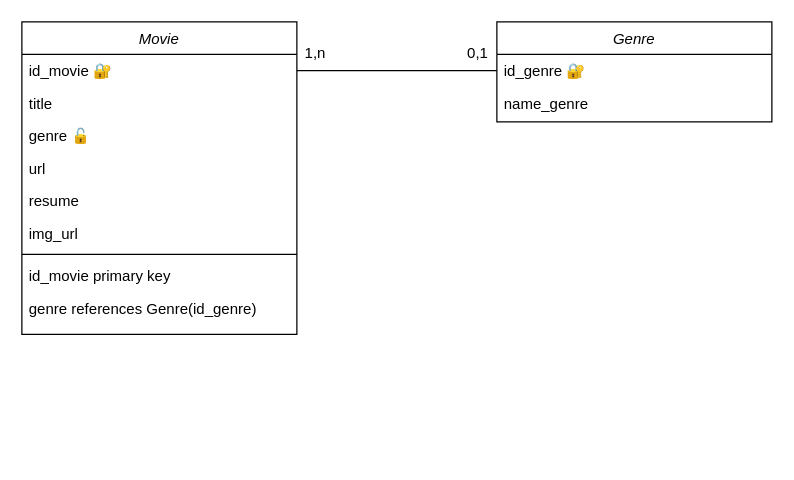
Above: uml/schemaMovie.drawio in MaryaLatif/NetChill.V1 (draw.io), before the change. Source tidied: cells renumbered, new cells numbered last; positions are measured from the earlier drawing's top-left corner, leaving out a move shared by most shapes. Both pictures are drawn from the tidied source at 125%, with x=0, y=0 at pixel (21, 21).
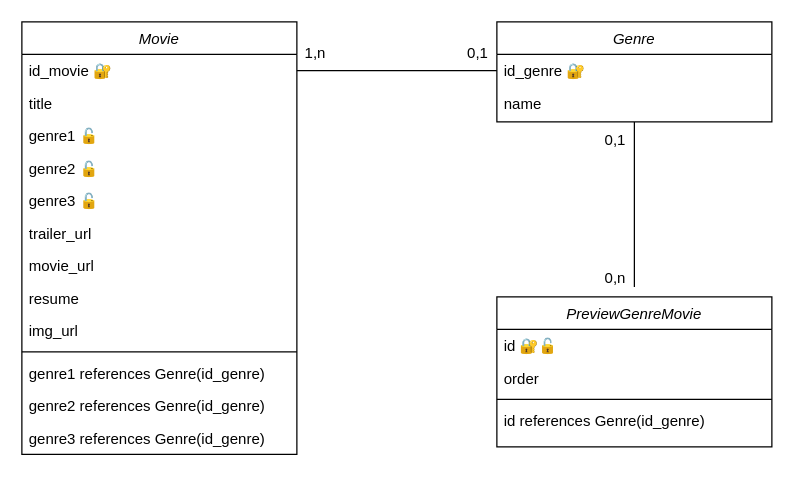
The same diagram, later.

The change refers to these unchanged cells:
```xml
<mxCell id="12" value="Genre" style="swimlane;fontStyle=2;align=center;verticalAlign=top;horizontal=1;startSize=26;rounded=0;shadow=0;strokeWidth=1;" parent="1" vertex="1">
  <mxGeometry x="380" width="220" height="80" as="geometry" />
</mxCell>
```

Diff of the diagram source:
```diff
@@
     <mxCell id="2" value="Movie" style="swimlane;fontStyle=2;align=center;verticalAlign=top;horizontal=1;startSize=26;rounded=0;shadow=0;strokeWidth=1;" parent="1" vertex="1">
-      <mxGeometry width="220" height="250" as="geometry" />
+      <mxGeometry width="220" height="346" as="geometry" />
     </mxCell>
@@
-    <mxCell id="5" value="genre 🔓" style="text;align=left;verticalAlign=top;spacingLeft=4;spacingRight=4;overflow=hidden;" parent="2" vertex="1">
+    <mxCell id="5" value="genre1 🔓" style="text;align=left;verticalAlign=top;spacingLeft=4;spacingRight=4;overflow=hidden;" parent="2" vertex="1">
       <mxGeometry y="78" width="220" height="26" as="geometry" />
     </mxCell>
+    <mxCell id="18" value="genre2 🔓" style="text;align=left;verticalAlign=top;spacingLeft=4;spacingRight=4;overflow=hidden;" parent="2" vertex="1">
+      <mxGeometry y="104" width="220" height="26" as="geometry" />
+    </mxCell>
+    <mxCell id="19" value="genre3 🔓" style="text;align=left;verticalAlign=top;spacingLeft=4;spacingRight=4;overflow=hidden;" parent="2" vertex="1">
+      <mxGeometry y="130" width="220" height="26" as="geometry" />
+    </mxCell>
-    <mxCell id="6" value="url" style="text;align=left;verticalAlign=top;spacingLeft=4;spacingRight=4;overflow=hidden;" parent="2" vertex="1">
-      <mxGeometry y="104" width="220" height="26" as="geometry" />
+    <mxCell id="6" value="trailer_url" style="text;align=left;verticalAlign=top;spacingLeft=4;spacingRight=4;overflow=hidden;" parent="2" vertex="1">
+      <mxGeometry y="156" width="220" height="26" as="geometry" />
     </mxCell>
+    <mxCell id="20" value="movie_url" style="text;align=left;verticalAlign=top;spacingLeft=4;spacingRight=4;overflow=hidden;" parent="2" vertex="1">
+      <mxGeometry y="182" width="220" height="26" as="geometry" />
+    </mxCell>
     <mxCell id="7" value="resume" style="text;align=left;verticalAlign=top;spacingLeft=4;spacingRight=4;overflow=hidden;" parent="2" vertex="1">
-      <mxGeometry y="130" width="220" height="26" as="geometry" />
+      <mxGeometry y="208" width="220" height="26" as="geometry" />
     </mxCell>
     <mxCell id="8" value="img_url" style="text;align=left;verticalAlign=top;spacingLeft=4;spacingRight=4;overflow=hidden;" parent="2" vertex="1">
-      <mxGeometry y="156" width="220" height="26" as="geometry" />
+      <mxGeometry y="234" width="220" height="26" as="geometry" />
     </mxCell>
     <mxCell id="9" style="line;html=1;strokeWidth=1;align=left;verticalAlign=middle;spacingTop=-1;spacingLeft=3;spacingRight=3;labelPosition=right;" parent="2" vertex="1">
-      <mxGeometry y="182" width="220" height="8" as="geometry" />
+      <mxGeometry y="260" width="220" height="8" as="geometry" />
     </mxCell>
-    <mxCell id="10" value="id_movie primary key " style="text;align=left;verticalAlign=top;spacingLeft=4;spacingRight=4;overflow=hidden;" parent="2" vertex="1">
-      <mxGeometry y="190" width="220" height="26" as="geometry" />
-    </mxCell>
-    <mxCell id="11" value="genre references Genre(id_genre)" style="text;align=left;verticalAlign=top;spacingLeft=4;spacingRight=4;overflow=hidden;" parent="2" vertex="1">
-      <mxGeometry y="216" width="220" height="26" as="geometry" />
+    <mxCell id="11" value="genre1 references Genre(id_genre)" style="text;align=left;verticalAlign=top;spacingLeft=4;spacingRight=4;overflow=hidden;" parent="2" vertex="1">
+      <mxGeometry y="268" width="220" height="26" as="geometry" />
     </mxCell>
+    <mxCell id="21" value="genre2 references Genre(id_genre)" style="text;align=left;verticalAlign=top;spacingLeft=4;spacingRight=4;overflow=hidden;" parent="2" vertex="1">
+      <mxGeometry y="294" width="220" height="26" as="geometry" />
+    </mxCell>
+    <mxCell id="22" value="genre3 references Genre(id_genre)" style="text;align=left;verticalAlign=top;spacingLeft=4;spacingRight=4;overflow=hidden;" parent="2" vertex="1">
+      <mxGeometry y="320" width="220" height="26" as="geometry" />
+    </mxCell>
@@
-    <mxCell id="14" value="name_genre" style="text;align=left;verticalAlign=top;spacingLeft=4;spacingRight=4;overflow=hidden;" parent="12" vertex="1">
+    <mxCell id="14" value="name" style="text;align=left;verticalAlign=top;spacingLeft=4;spacingRight=4;overflow=hidden;" parent="12" vertex="1">
       <mxGeometry y="52" width="220" height="26" as="geometry" />
     </mxCell>
@@
+    <mxCell id="23" value="PreviewGenreMovie" style="swimlane;fontStyle=2;align=center;verticalAlign=top;horizontal=1;startSize=26;rounded=0;shadow=0;strokeWidth=1;" parent="1" vertex="1">
+      <mxGeometry x="380" y="220" width="220" height="120" as="geometry" />
+    </mxCell>
+    <mxCell id="24" value="id 🔐🔓" style="text;align=left;verticalAlign=top;spacingLeft=4;spacingRight=4;overflow=hidden;" parent="23" vertex="1">
+      <mxGeometry y="26" width="220" height="26" as="geometry" />
+    </mxCell>
+    <mxCell id="25" value="order" style="text;align=left;verticalAlign=top;spacingLeft=4;spacingRight=4;overflow=hidden;" parent="23" vertex="1">
+      <mxGeometry y="52" width="220" height="26" as="geometry" />
+    </mxCell>
+    <mxCell id="26" style="line;html=1;strokeWidth=1;align=left;verticalAlign=middle;spacingTop=-1;spacingLeft=3;spacingRight=3;labelPosition=right;" parent="23" vertex="1">
+      <mxGeometry y="78" width="220" height="8" as="geometry" />
+    </mxCell>
+    <mxCell id="27" value="id references Genre(id_genre)" style="text;align=left;verticalAlign=top;spacingLeft=4;spacingRight=4;overflow=hidden;" parent="23" vertex="1">
+      <mxGeometry y="86" width="220" height="26" as="geometry" />
+    </mxCell>
+    <mxCell id="28" style="endArrow=none;html=1;rounded=0;startSize=14;endSize=14;sourcePerimeterSpacing=8;targetPerimeterSpacing=8;curved=1;exitX=0.5;exitY=1;exitDx=0;exitDy=0;" parent="1" edge="1" source="12" target="23">
+      <mxGeometry relative="1" as="geometry" />
+    </mxCell>
+    <mxCell id="29" value="0,1" style="text;strokeColor=none;fillColor=none;html=1;align=center;verticalAlign=middle;whiteSpace=wrap;rounded=0;" parent="1" vertex="1">
+      <mxGeometry x="460" y="80" width="30" height="30" as="geometry" />
+    </mxCell>
+    <mxCell id="30" value="0,n" style="text;strokeColor=none;fillColor=none;html=1;align=center;verticalAlign=middle;whiteSpace=wrap;rounded=0;" parent="1" vertex="1">
+      <mxGeometry x="460" y="190" width="30" height="30" as="geometry" />
+    </mxCell>
```
